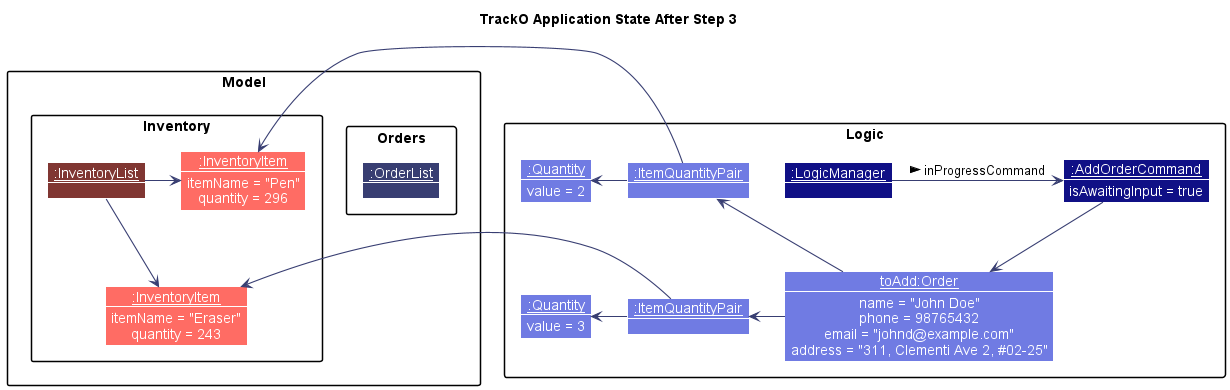
The PlantUML diagram docs/images/developer-guide/AddOrderState3.png in nus-cs2103-AY2223S1/tp, before a commit.
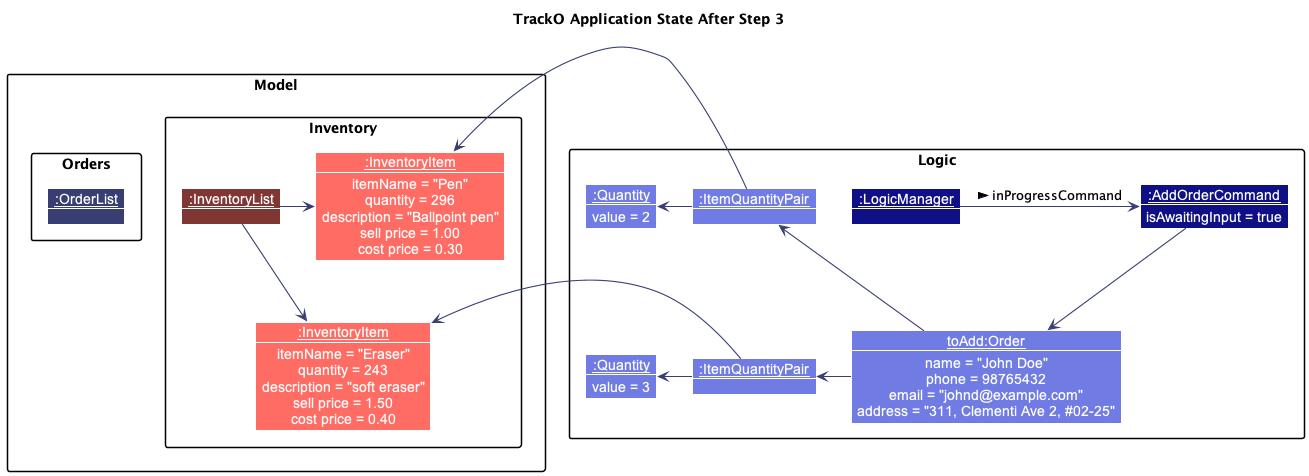
Later version of the same file.

Diff of the diagram source:
```diff
@@ -17,11 +17,17 @@
         Object "__:InventoryItem__" as Item1 {
             itemName = "Pen"
             quantity = 296
+            description = "Ballpoint pen"
+            sell price = 1.00
+            cost price = 0.30
         }
 
         Object "__:InventoryItem__" as Item2 {
             itemName = "Eraser"
             quantity = 243
+            description = "soft eraser"
+            sell price = 1.50
+            cost price = 0.40
         }
 
         InventoryList --right> Item1
```
